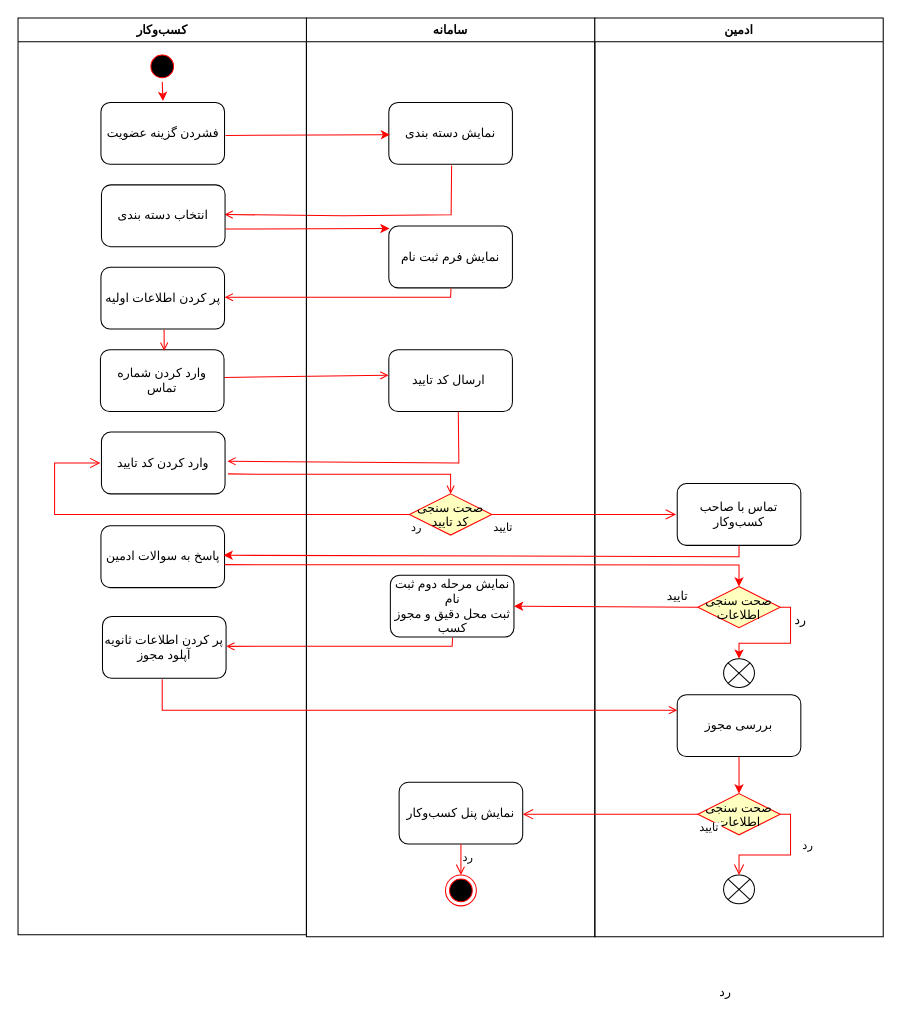
Above: page "ثبت کسب‌وکار" (2 of 3) of LeilaAlaviAD.drawio in 4Tech-IUT/Activity-Diagrams (draw.io), before the change. Source tidied: cells renumbered, new cells numbered last; positions are measured from the earlier drawing's top-left corner, leaving out a move shared by most shapes. Both pictures are drawn from the tidied source at 103%, with x=0, y=0 at pixel (18, 18).
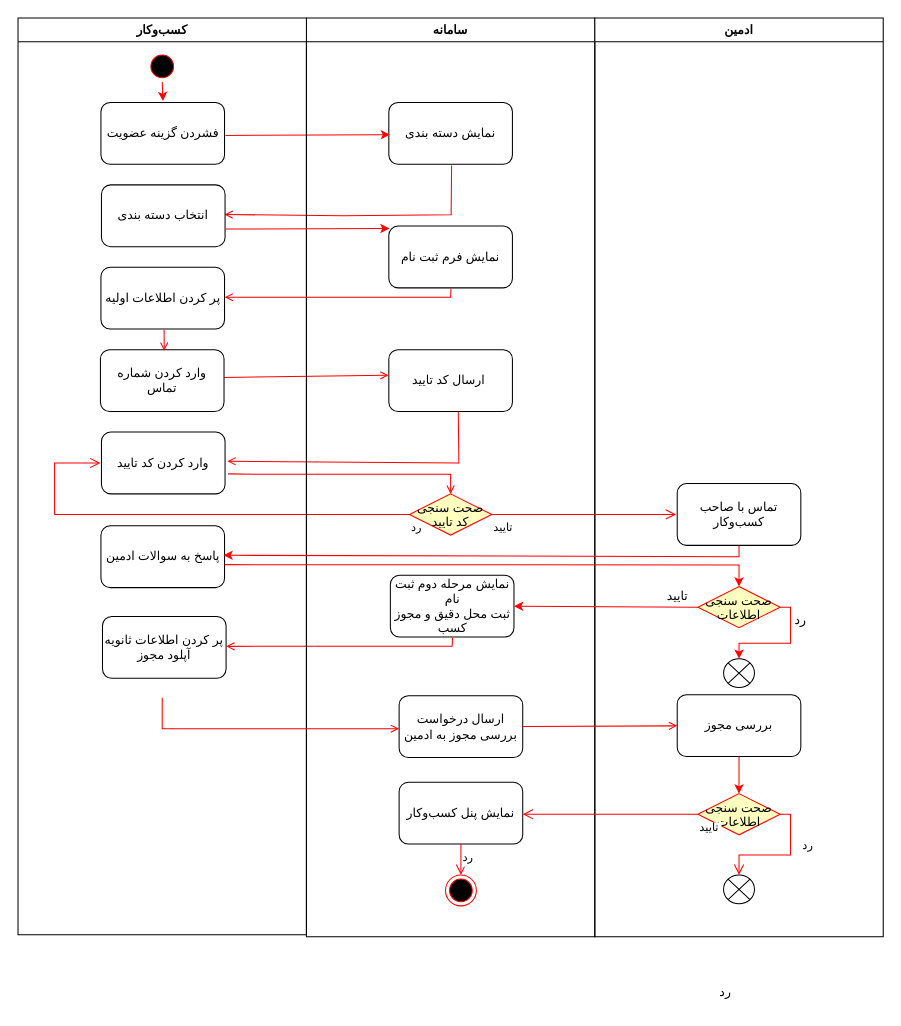
Above is the later version.

The change refers to these unchanged cells:
```xml
<mxCell id="2" value="سامانه" style="swimlane;whiteSpace=wrap;" parent="1" vertex="1">
  <mxGeometry x="280" width="280" height="892" as="geometry" />
</mxCell>
<mxCell id="39" value="بررسی مجوز" style="rounded=1;whiteSpace=wrap;html=1;" parent="20" vertex="1">
  <mxGeometry x="80" y="657" width="120" height="60" as="geometry" />
</mxCell>
```

Change to the diagram source:
```diff
@@
+    <mxCell id="50" value="ارسال درخواست بررسی مجوز به ادمین" style="rounded=1;whiteSpace=wrap;html=1;" parent="2" vertex="1">
+      <mxGeometry x="90" y="658" width="120" height="60" as="geometry" />
+    </mxCell>
@@
-    <mxCell id="48" style="endArrow=open;strokeColor=#FF0000;endFill=1;rounded=0;entryX=0;entryY=0.25;entryDx=0;entryDy=0;" parent="1" edge="1" target="39">
+    <mxCell id="48" style="endArrow=open;strokeColor=#FF0000;endFill=1;rounded=0;" parent="1" edge="1">
       <mxGeometry relative="1" as="geometry">
-        <mxPoint x="140" y="642" as="sourcePoint" />
+        <mxPoint x="140" y="660" as="sourcePoint" />
+        <mxPoint x="370" y="690" as="targetPoint" />
         <Array as="points">
-          <mxPoint x="140" y="672" />
-          <mxPoint x="170" y="672" />
+          <mxPoint x="140" y="690" />
+          <mxPoint x="170" y="690" />
         </Array>
       </mxGeometry>
     </mxCell>
@@
+    <mxCell id="51" style="endArrow=open;strokeColor=#FF0000;endFill=1;rounded=0;" parent="1" edge="1" source="50" target="39">
+      <mxGeometry relative="1" as="geometry" />
+    </mxCell>
```
